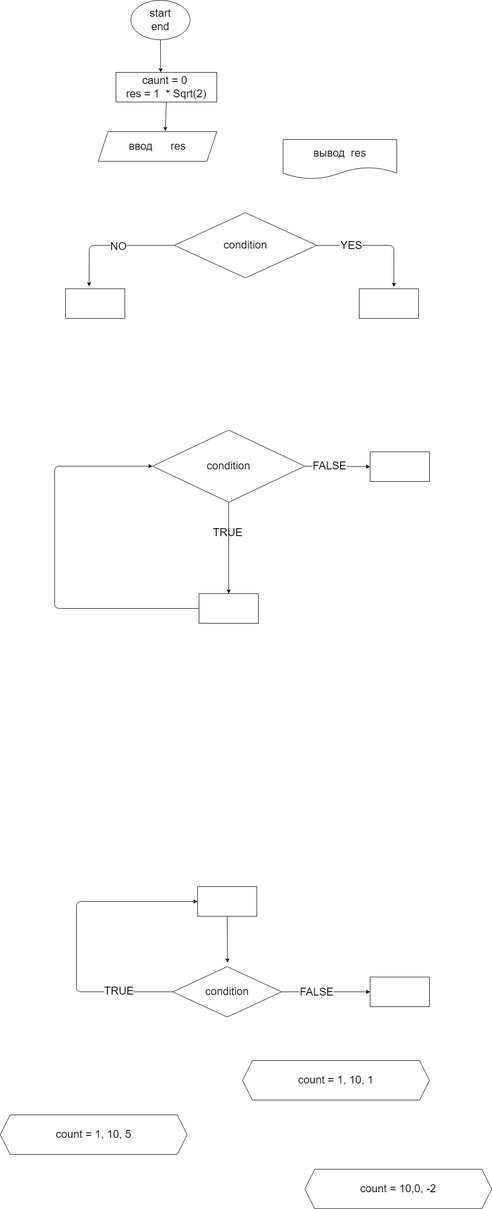
The draw.io diagram ex000.drawio.png in Guzel101035/practice_temp, before a commit. Source tidied: cells renumbered, new cells last; positions are measured from the earlier drawing's top-left corner, leaving out a move shared by most shapes. The source it was exported from:
```xml
<mxGraphModel shadow="1">
  <root>
    <mxCell id="0" />
    <mxCell id="1" parent="0" />
    <mxCell id="2" style="edgeStyle=none;html=1;exitX=0.5;exitY=1;exitDx=0;exitDy=0;entryX=0.443;entryY=0;entryDx=0;entryDy=0;entryPerimeter=0;fontSize=22;" parent="1" edge="1" source="3" target="6">
      <mxGeometry relative="1" as="geometry" />
    </mxCell>
    <mxCell id="3" value="&lt;font style=&quot;font-size: 22px&quot;&gt;start&lt;br&gt;end&lt;br&gt;&lt;/font&gt;" style="ellipse;whiteSpace=wrap;html=1;" parent="1" vertex="1">
      <mxGeometry x="264" width="120" height="80" as="geometry" />
    </mxCell>
    <mxCell id="4" value="&lt;font style=&quot;font-size: 22px&quot;&gt;ввод&amp;nbsp; &amp;nbsp; &amp;nbsp; res&lt;/font&gt;" style="shape=parallelogram;perimeter=parallelogramPerimeter;whiteSpace=wrap;html=1;fixedSize=1;" parent="1" vertex="1">
      <mxGeometry x="198" y="266" width="240" height="60" as="geometry" />
    </mxCell>
    <mxCell id="5" style="edgeStyle=none;html=1;exitX=0.5;exitY=1;exitDx=0;exitDy=0;entryX=0.565;entryY=-0.017;entryDx=0;entryDy=0;entryPerimeter=0;fontSize=22;" parent="1" edge="1" source="6" target="4">
      <mxGeometry relative="1" as="geometry" />
    </mxCell>
    <mxCell id="6" value="&lt;span style=&quot;font-family: &amp;#34;helvetica&amp;#34;&quot;&gt;caunt = 0&amp;nbsp;&lt;/span&gt;&lt;br style=&quot;font-family: &amp;#34;helvetica&amp;#34;&quot;&gt;&lt;span style=&quot;font-family: &amp;#34;helvetica&amp;#34;&quot;&gt;res = 1&amp;nbsp; * Sqrt(2)&lt;/span&gt;" style="rounded=0;whiteSpace=wrap;html=1;fontFamily=Fira Code;fontSize=22;" parent="1" vertex="1">
      <mxGeometry x="234" y="146" width="204" height="60" as="geometry" />
    </mxCell>
    <mxCell id="7" style="edgeStyle=none;html=1;exitX=0;exitY=0.5;exitDx=0;exitDy=0;entryX=0.397;entryY=-0.081;entryDx=0;entryDy=0;entryPerimeter=0;fontSize=22;" parent="1" edge="1" source="11" target="13">
      <mxGeometry relative="1" as="geometry">
        <Array as="points">
          <mxPoint x="180" y="496" />
        </Array>
      </mxGeometry>
    </mxCell>
    <mxCell id="8" value="NO" style="edgeLabel;html=1;align=center;verticalAlign=middle;fontSize=22;" parent="7" vertex="1">
      <mxGeometry x="-0.11" y="2" relative="1" as="geometry">
        <mxPoint x="1" as="offset" />
      </mxGeometry>
    </mxCell>
    <mxCell id="9" style="edgeStyle=none;html=1;exitX=1;exitY=0.5;exitDx=0;exitDy=0;entryX=0.584;entryY=-0.062;entryDx=0;entryDy=0;entryPerimeter=0;fontSize=22;" parent="1" edge="1" source="11" target="14">
      <mxGeometry relative="1" as="geometry">
        <Array as="points">
          <mxPoint x="726" y="496" />
          <mxPoint x="796" y="496" />
        </Array>
      </mxGeometry>
    </mxCell>
    <mxCell id="10" value="YES" style="edgeLabel;html=1;align=center;verticalAlign=middle;fontSize=22;" parent="9" vertex="1">
      <mxGeometry x="-0.43" relative="1" as="geometry" />
    </mxCell>
    <mxCell id="11" value="condition" style="rhombus;whiteSpace=wrap;html=1;fontSize=22;" parent="1" vertex="1">
      <mxGeometry x="352" y="430" width="288" height="132" as="geometry" />
    </mxCell>
    <mxCell id="12" value="вывод&amp;nbsp; res" style="shape=document;whiteSpace=wrap;html=1;boundedLbl=1;fontSize=22;" parent="1" vertex="1">
      <mxGeometry x="572" y="282" width="230" height="80" as="geometry" />
    </mxCell>
    <mxCell id="13" style="rounded=0;whiteSpace=wrap;html=1;fontSize=22;" parent="1" vertex="1">
      <mxGeometry x="132" y="584" width="120" height="60" as="geometry" />
    </mxCell>
    <mxCell id="14" style="rounded=0;whiteSpace=wrap;html=1;fontSize=22;" parent="1" vertex="1">
      <mxGeometry x="726" y="584" width="120" height="60" as="geometry" />
    </mxCell>
    <mxCell id="15" style="edgeStyle=none;html=1;exitX=0.5;exitY=1;exitDx=0;exitDy=0;entryX=0.5;entryY=0;entryDx=0;entryDy=0;fontSize=22;" parent="1" edge="1" source="18" target="20">
      <mxGeometry relative="1" as="geometry">
        <Array as="points">
          <mxPoint x="462" y="1112" />
        </Array>
      </mxGeometry>
    </mxCell>
    <mxCell id="16" style="edgeStyle=none;html=1;exitX=1;exitY=0.5;exitDx=0;exitDy=0;entryX=0;entryY=0.5;entryDx=0;entryDy=0;fontSize=22;" parent="1" edge="1" source="18" target="29">
      <mxGeometry relative="1" as="geometry" />
    </mxCell>
    <mxCell id="17" value="FALSE" style="edgeLabel;html=1;align=center;verticalAlign=middle;fontSize=22;" parent="16" vertex="1">
      <mxGeometry x="-0.25" y="1" relative="1" as="geometry" />
    </mxCell>
    <mxCell id="18" value="&lt;span&gt;condition&lt;/span&gt;" style="rhombus;whiteSpace=wrap;html=1;fontSize=22;" parent="1" vertex="1">
      <mxGeometry x="308" y="870" width="308" height="146" as="geometry" />
    </mxCell>
    <mxCell id="19" style="edgeStyle=none;html=1;exitX=0;exitY=0.5;exitDx=0;exitDy=0;entryX=0;entryY=0.5;entryDx=0;entryDy=0;fontSize=22;" parent="1" edge="1" source="20" target="18">
      <mxGeometry relative="1" as="geometry">
        <Array as="points">
          <mxPoint x="110" y="1231" />
          <mxPoint x="110" y="943" />
        </Array>
      </mxGeometry>
    </mxCell>
    <mxCell id="20" style="rounded=0;whiteSpace=wrap;html=1;fontSize=22;" parent="1" vertex="1">
      <mxGeometry x="402" y="1201" width="120" height="60" as="geometry" />
    </mxCell>
    <mxCell id="21" value="TRUE" style="text;html=1;align=center;verticalAlign=middle;strokeColor=none;fillColor=none;fontSize=22;" parent="1" vertex="1">
      <mxGeometry x="427" y="1056" width="66" height="44" as="geometry" />
    </mxCell>
    <mxCell id="22" style="edgeStyle=none;html=1;exitX=0;exitY=0.5;exitDx=0;exitDy=0;entryX=0;entryY=0.5;entryDx=0;entryDy=0;fontSize=22;" parent="1" edge="1" source="26" target="28">
      <mxGeometry relative="1" as="geometry">
        <Array as="points">
          <mxPoint x="154" y="2007" />
          <mxPoint x="154" y="1824" />
        </Array>
      </mxGeometry>
    </mxCell>
    <mxCell id="23" value="TRUE" style="edgeLabel;html=1;align=center;verticalAlign=middle;fontSize=22;" parent="22" vertex="1">
      <mxGeometry x="-0.65" y="-2" relative="1" as="geometry" />
    </mxCell>
    <mxCell id="24" style="edgeStyle=none;html=1;entryX=0;entryY=0.5;entryDx=0;entryDy=0;fontSize=22;" parent="1" edge="1" source="26" target="30">
      <mxGeometry relative="1" as="geometry" />
    </mxCell>
    <mxCell id="25" value="FALSE" style="edgeLabel;html=1;align=center;verticalAlign=middle;fontSize=22;" parent="24" vertex="1">
      <mxGeometry x="-0.21" relative="1" as="geometry" />
    </mxCell>
    <mxCell id="26" value="&lt;span&gt;condition&lt;/span&gt;" style="rhombus;whiteSpace=wrap;html=1;fontSize=22;" parent="1" vertex="1">
      <mxGeometry x="349" y="1956" width="220" height="102" as="geometry" />
    </mxCell>
    <mxCell id="27" style="edgeStyle=none;html=1;exitX=0.5;exitY=1;exitDx=0;exitDy=0;fontSize=22;" parent="1" edge="1" source="28">
      <mxGeometry relative="1" as="geometry">
        <mxPoint x="459.6" y="1948" as="targetPoint" />
      </mxGeometry>
    </mxCell>
    <mxCell id="28" style="rounded=0;whiteSpace=wrap;html=1;fontSize=22;" parent="1" vertex="1">
      <mxGeometry x="399" y="1794" width="120" height="60" as="geometry" />
    </mxCell>
    <mxCell id="29" style="rounded=0;whiteSpace=wrap;html=1;fontSize=22;" parent="1" vertex="1">
      <mxGeometry x="748" y="914" width="120" height="60" as="geometry" />
    </mxCell>
    <mxCell id="30" style="rounded=0;whiteSpace=wrap;html=1;fontSize=22;" parent="1" vertex="1">
      <mxGeometry x="748" y="1977" width="120" height="60" as="geometry" />
    </mxCell>
    <mxCell id="31" value="count = 1, 10, 1" style="shape=hexagon;perimeter=hexagonPerimeter2;whiteSpace=wrap;html=1;fixedSize=1;fontSize=22;" parent="1" vertex="1">
      <mxGeometry x="490" y="2146" width="378" height="80" as="geometry" />
    </mxCell>
    <mxCell id="32" value="count = 1, 10, 5" style="shape=hexagon;perimeter=hexagonPerimeter2;whiteSpace=wrap;html=1;fixedSize=1;fontSize=22;" parent="1" vertex="1">
      <mxGeometry y="2256" width="378" height="80" as="geometry" />
    </mxCell>
    <mxCell id="33" value="count = 10,0, -2" style="shape=hexagon;perimeter=hexagonPerimeter2;whiteSpace=wrap;html=1;fixedSize=1;fontSize=22;" parent="1" vertex="1">
      <mxGeometry x="616" y="2366" width="378" height="80" as="geometry" />
    </mxCell>
  </root>
</mxGraphModel>
```
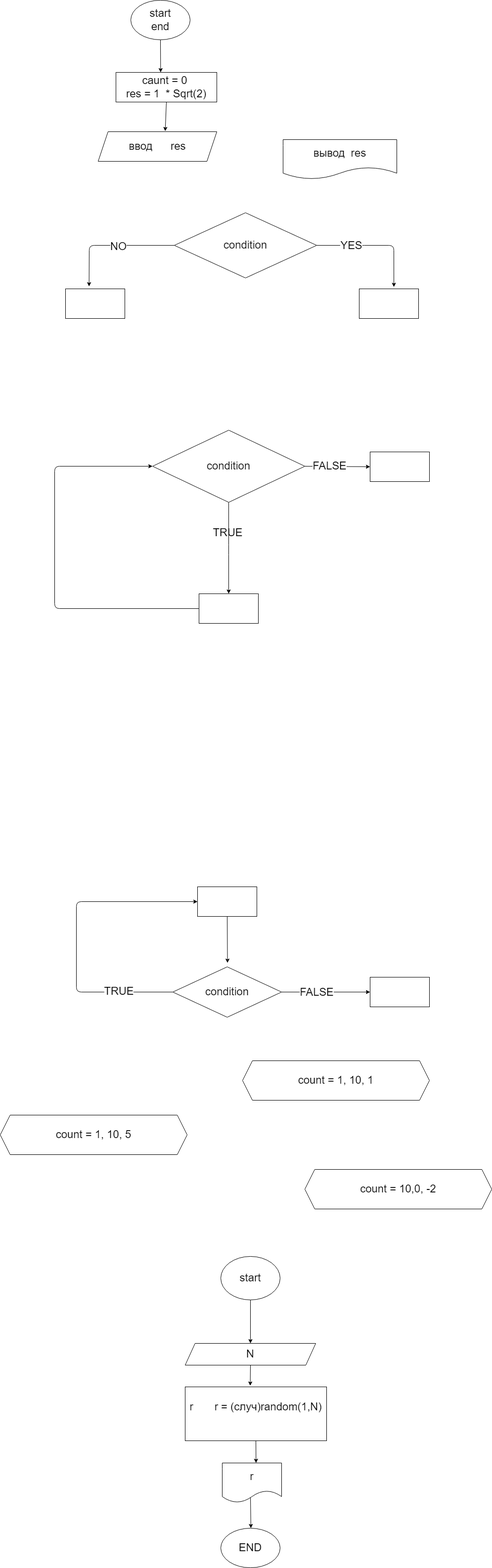
The same diagram one commit later.

The edit, as a diff of the source:
```diff
@@ -125,5 +125,34 @@
     <mxCell id="33" value="count = 10,0, -2" style="shape=hexagon;perimeter=hexagonPerimeter2;whiteSpace=wrap;html=1;fixedSize=1;fontSize=22;" parent="1" vertex="1">
       <mxGeometry x="616" y="2366" width="378" height="80" as="geometry" />
     </mxCell>
+    <mxCell id="34" style="edgeStyle=none;html=1;exitX=0.5;exitY=1;exitDx=0;exitDy=0;entryX=0.5;entryY=0;entryDx=0;entryDy=0;fontSize=22;" parent="1" edge="1" source="35" target="37">
+      <mxGeometry relative="1" as="geometry" />
+    </mxCell>
+    <mxCell id="35" value="start" style="ellipse;whiteSpace=wrap;html=1;fontSize=22;" parent="1" vertex="1">
+      <mxGeometry x="446" y="2542" width="120" height="88" as="geometry" />
+    </mxCell>
+    <mxCell id="36" style="edgeStyle=none;html=1;exitX=0.5;exitY=1;exitDx=0;exitDy=0;entryX=0.46;entryY=-0.021;entryDx=0;entryDy=0;entryPerimeter=0;fontSize=22;" parent="1" edge="1" source="37" target="39">
+      <mxGeometry relative="1" as="geometry" />
+    </mxCell>
+    <mxCell id="37" value="N" style="shape=parallelogram;perimeter=parallelogramPerimeter;whiteSpace=wrap;html=1;fixedSize=1;fontSize=22;" parent="1" vertex="1">
+      <mxGeometry x="374" y="2718" width="264" height="44" as="geometry" />
+    </mxCell>
+    <mxCell id="38" style="edgeStyle=none;html=1;exitX=0.5;exitY=1;exitDx=0;exitDy=0;fontSize=22;" parent="1" edge="1" source="39">
+      <mxGeometry relative="1" as="geometry">
+        <mxPoint x="517.3" y="2960" as="targetPoint" />
+      </mxGeometry>
+    </mxCell>
+    <mxCell id="39" value="&amp;nbsp;r&amp;nbsp; &amp;nbsp; &amp;nbsp; &amp;nbsp;r = (случ)random(1,N)&amp;nbsp; &amp;nbsp; &amp;nbsp;&amp;nbsp;" style="rounded=0;whiteSpace=wrap;html=1;fontSize=22;" parent="1" vertex="1">
+      <mxGeometry x="374" y="2806" width="286" height="109" as="geometry" />
+    </mxCell>
+    <mxCell id="40" style="edgeStyle=none;html=1;fontSize=22;exitX=0.475;exitY=0.825;exitDx=0;exitDy=0;exitPerimeter=0;" parent="1" edge="1" source="41" target="42">
+      <mxGeometry relative="1" as="geometry" />
+    </mxCell>
+    <mxCell id="41" value="r" style="shape=document;whiteSpace=wrap;html=1;boundedLbl=1;fontSize=22;" parent="1" vertex="1">
+      <mxGeometry x="449" y="2960" width="120" height="80" as="geometry" />
+    </mxCell>
+    <mxCell id="42" value="END" style="ellipse;whiteSpace=wrap;html=1;fontSize=22;" parent="1" vertex="1">
+      <mxGeometry x="446" y="3092" width="120" height="80" as="geometry" />
+    </mxCell>
   </root>
 </mxGraphModel>
```
